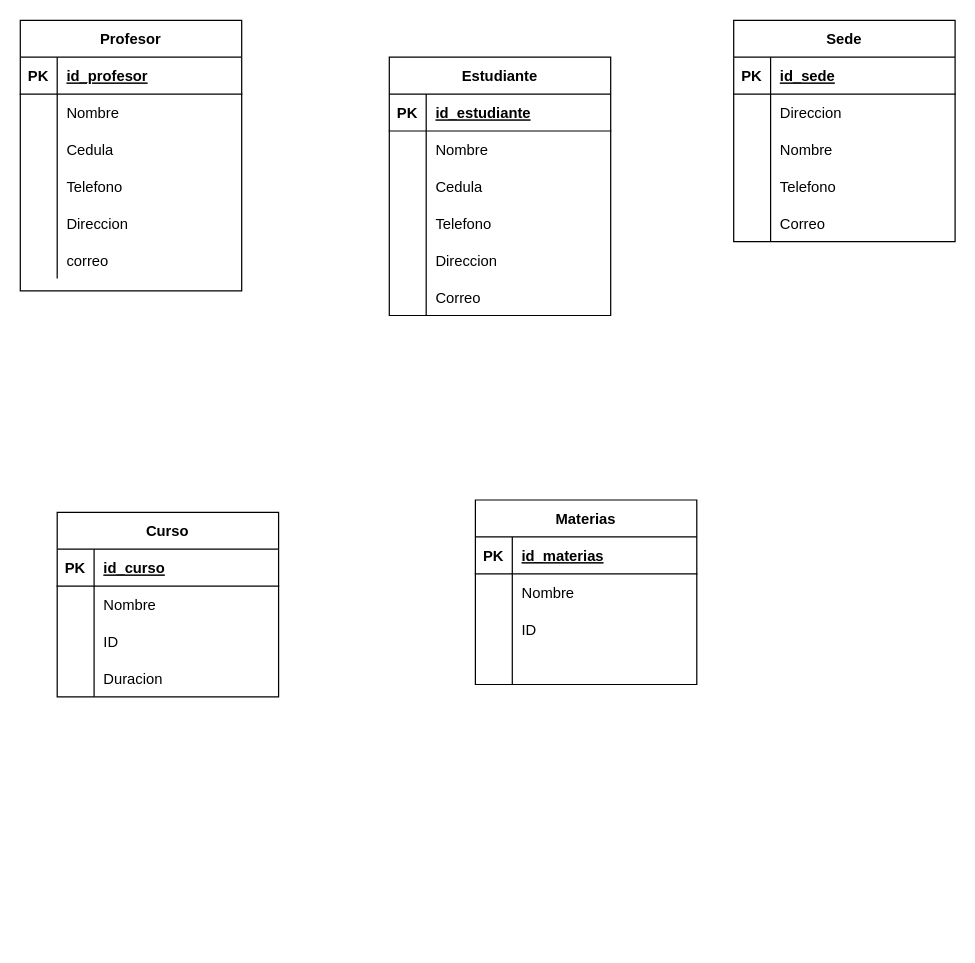
The draw.io diagram page "Modelo relacional" (2 of 2) of Estudiantes.drawio in mstencio/diagrams.net, before the edit. Source tidied: cells renumbered, new cells numbered last; positions are measured from the earlier drawing's top-left corner, leaving out a move shared by most shapes. Both pictures are drawn from the tidied source at 123%, with x=0, y=0 at pixel (20, 20).
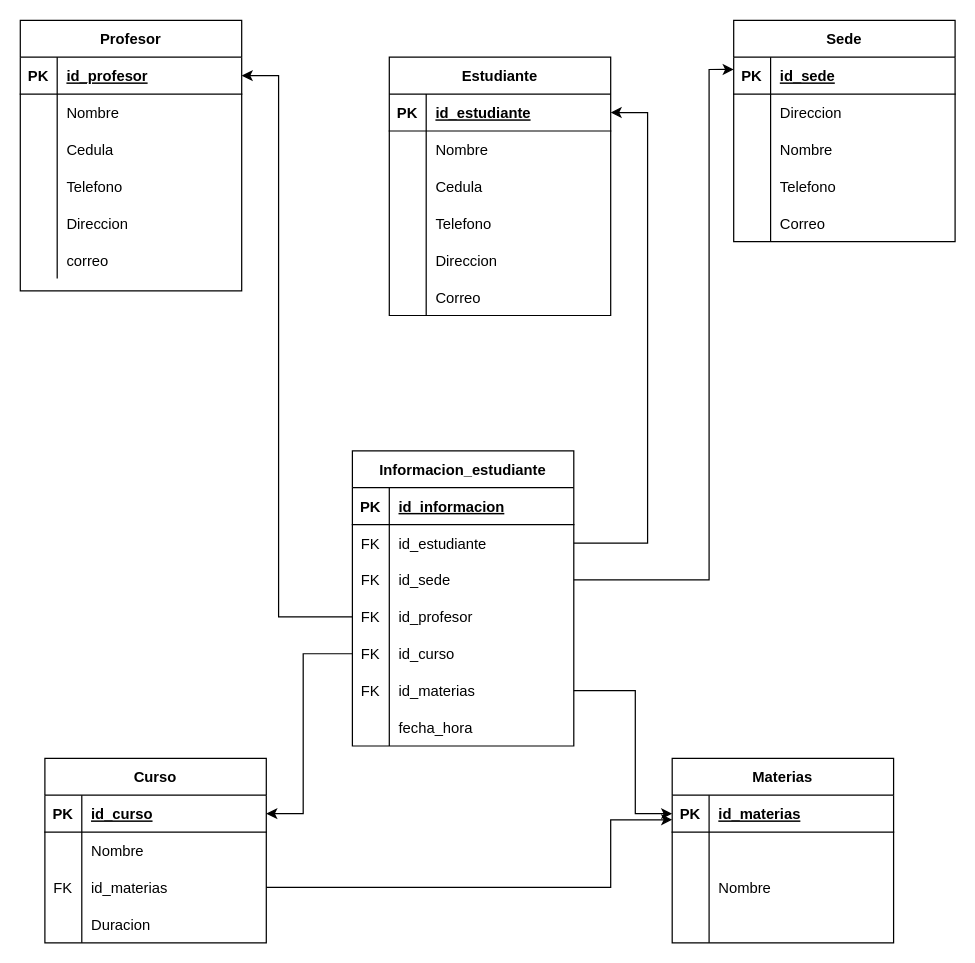
Above is the later version.

Unchanged cells that the change refers to:
```xml
<mxCell id="3" style="shape=tableRow;horizontal=0;startSize=0;swimlaneHead=0;swimlaneBody=0;fillColor=none;points=[[0,0.5],[1,0.5]];portConstraint=eastwest;top=0;left=0;right=0;bottom=1;" parent="2" vertex="1">
  <mxGeometry y="30" width="180" height="30" as="geometry" />
</mxCell>
<mxCell id="22" style="shape=tableRow;horizontal=0;startSize=0;swimlaneHead=0;swimlaneBody=0;fillColor=none;points=[[0,0.5],[1,0.5]];portConstraint=eastwest;top=0;left=0;right=0;bottom=1;" parent="21" vertex="1">
  <mxGeometry y="30" width="180" height="30" as="geometry" />
</mxCell>
<mxCell id="41" style="shape=tableRow;horizontal=0;startSize=0;swimlaneHead=0;swimlaneBody=0;fillColor=none;points=[[0,0.5],[1,0.5]];portConstraint=eastwest;top=0;left=0;right=0;bottom=1;" parent="40" vertex="1">
  <mxGeometry y="30" width="180" height="30" as="geometry" />
</mxCell>
<mxCell id="57" style="shape=tableRow;horizontal=0;startSize=0;swimlaneHead=0;swimlaneBody=0;fillColor=none;points=[[0,0.5],[1,0.5]];portConstraint=eastwest;top=0;left=0;right=0;bottom=1;" parent="56" vertex="1">
  <mxGeometry y="30" width="180" height="30" as="geometry" />
</mxCell>
<mxCell id="63" style="shape=tableRow;horizontal=0;startSize=0;swimlaneHead=0;swimlaneBody=0;fillColor=none;points=[[0,0.5],[1,0.5]];portConstraint=eastwest;top=0;left=0;right=0;bottom=0;" parent="56" vertex="1">
  <mxGeometry y="90" width="180" height="30" as="geometry" />
</mxCell>
<mxCell id="70" style="shape=tableRow;horizontal=0;startSize=0;swimlaneHead=0;swimlaneBody=0;fillColor=none;points=[[0,0.5],[1,0.5]];portConstraint=eastwest;top=0;left=0;right=0;bottom=1;" parent="69" vertex="1">
  <mxGeometry y="30" width="180" height="30" as="geometry" />
</mxCell>
```

Diff of the diagram source:
```diff
@@
     <mxCell id="56" value="Curso" style="shape=table;startSize=30;childLayout=tableLayout;rowLines=0;fontStyle=1;align=center;" parent="1" vertex="1">
-      <mxGeometry x="30" y="400" width="180" height="150" as="geometry" />
+      <mxGeometry x="20" y="600" width="180" height="150" as="geometry" />
     </mxCell>
@@
-    <mxCell id="64" style="shape=partialRectangle;fillColor=none;top=0;left=0;bottom=0;right=0;overflow=hidden;" parent="63" vertex="1">
+    <mxCell id="64" value="FK" style="shape=partialRectangle;fillColor=none;top=0;left=0;bottom=0;right=0;overflow=hidden;" parent="63" vertex="1">
       <mxGeometry width="30" height="30" as="geometry" />
     </mxCell>
-    <mxCell id="65" value="ID" style="shape=partialRectangle;fillColor=none;top=0;left=0;bottom=0;right=0;align=left;spacingLeft=6;overflow=hidden;" parent="63" vertex="1">
+    <mxCell id="65" value="id_materias" style="shape=partialRectangle;fillColor=none;top=0;left=0;bottom=0;right=0;align=left;spacingLeft=6;overflow=hidden;" parent="63" vertex="1">
       <mxGeometry x="30" width="150" height="30" as="geometry" />
     </mxCell>
@@
     <mxCell id="69" value="Materias" style="shape=table;startSize=30;childLayout=tableLayout;rowLines=0;fontStyle=1;align=center;" parent="1" vertex="1">
-      <mxGeometry x="370" y="390" width="180" height="150" as="geometry" />
+      <mxGeometry x="530" y="600" width="180" height="150" as="geometry" />
     </mxCell>
@@
+    <mxCell id="76" style="shape=tableRow;horizontal=0;startSize=0;swimlaneHead=0;swimlaneBody=0;fillColor=none;top=0;left=0;right=0;bottom=0;" parent="69" vertex="1">
+      <mxGeometry y="60" width="180" height="30" as="geometry" />
+    </mxCell>
+    <mxCell id="77" style="shape=partialRectangle;fillColor=none;top=0;left=0;bottom=0;right=0;overflow=hidden;" parent="76" vertex="1">
+      <mxGeometry width="30" height="30" as="geometry" />
+    </mxCell>
+    <mxCell id="78" style="shape=partialRectangle;fillColor=none;top=0;left=0;bottom=0;right=0;align=left;spacingLeft=6;overflow=hidden;" parent="76" vertex="1">
+      <mxGeometry x="30" width="150" height="30" as="geometry" />
+    </mxCell>
     <mxCell id="73" style="shape=tableRow;horizontal=0;startSize=0;swimlaneHead=0;swimlaneBody=0;fillColor=none;top=0;left=0;right=0;bottom=0;" parent="69" vertex="1">
-      <mxGeometry y="60" width="180" height="30" as="geometry" />
+      <mxGeometry y="90" width="180" height="30" as="geometry" />
     </mxCell>
@@
-    <mxCell id="76" style="shape=tableRow;horizontal=0;startSize=0;swimlaneHead=0;swimlaneBody=0;fillColor=none;top=0;left=0;right=0;bottom=0;" parent="69" vertex="1">
-      <mxGeometry y="90" width="180" height="30" as="geometry" />
-    </mxCell>
-    <mxCell id="77" style="shape=partialRectangle;fillColor=none;top=0;left=0;bottom=0;right=0;overflow=hidden;" parent="76" vertex="1">
-      <mxGeometry width="30" height="30" as="geometry" />
-    </mxCell>
-    <mxCell id="78" value="ID" style="shape=partialRectangle;fillColor=none;top=0;left=0;bottom=0;right=0;align=left;spacingLeft=6;overflow=hidden;" parent="76" vertex="1">
-      <mxGeometry x="30" width="150" height="30" as="geometry" />
-    </mxCell>
@@
+    <mxCell id="82" value="Informacion_estudiante" style="shape=table;startSize=30;childLayout=tableLayout;rowLines=0;fontStyle=1;align=center;" parent="1" vertex="1">
+      <mxGeometry x="270" y="350" width="180" height="240" as="geometry" />
+    </mxCell>
+    <mxCell id="83" style="shape=tableRow;horizontal=0;startSize=0;swimlaneHead=0;swimlaneBody=0;fillColor=none;top=0;left=0;right=0;bottom=1;" parent="82" vertex="1">
+      <mxGeometry y="30" width="180" height="30" as="geometry" />
+    </mxCell>
+    <mxCell id="84" value="PK" style="shape=partialRectangle;fillColor=none;top=0;left=0;bottom=0;right=0;fontStyle=1;overflow=hidden;" parent="83" vertex="1">
+      <mxGeometry width="30" height="30" as="geometry" />
+    </mxCell>
+    <mxCell id="85" value="id_informacion" style="shape=partialRectangle;fillColor=none;top=0;left=0;bottom=0;right=0;align=left;spacingLeft=6;fontStyle=5;overflow=hidden;" parent="83" vertex="1">
+      <mxGeometry x="30" width="150" height="30" as="geometry" />
+    </mxCell>
+    <mxCell id="86" style="shape=tableRow;horizontal=0;startSize=0;swimlaneHead=0;swimlaneBody=0;fillColor=none;points=[[0,0.5],[1,0.5]];portConstraint=eastwest;top=0;left=0;right=0;bottom=0;" parent="82" vertex="1">
+      <mxGeometry y="60" width="180" height="30" as="geometry" />
+    </mxCell>
+    <mxCell id="87" value="FK" style="shape=partialRectangle;fillColor=none;top=0;left=0;bottom=0;right=0;overflow=hidden;" parent="86" vertex="1">
+      <mxGeometry width="30" height="30" as="geometry" />
+    </mxCell>
+    <mxCell id="88" value="id_estudiante" style="shape=partialRectangle;fillColor=none;top=0;left=0;bottom=0;right=0;align=left;spacingLeft=6;overflow=hidden;" parent="86" vertex="1">
+      <mxGeometry x="30" width="150" height="30" as="geometry" />
+    </mxCell>
+    <mxCell id="89" style="shape=tableRow;horizontal=0;startSize=0;swimlaneHead=0;swimlaneBody=0;fillColor=none;points=[[0,0.5],[1,0.5]];portConstraint=eastwest;top=0;left=0;right=0;bottom=0;" parent="82" vertex="1">
+      <mxGeometry y="90" width="180" height="30" as="geometry" />
+    </mxCell>
+    <mxCell id="90" value="FK" style="shape=partialRectangle;fillColor=none;top=0;left=0;bottom=0;right=0;overflow=hidden;" parent="89" vertex="1">
+      <mxGeometry width="30" height="30" as="geometry" />
+    </mxCell>
+    <mxCell id="91" value="id_sede" style="shape=partialRectangle;fillColor=none;top=0;left=0;bottom=0;right=0;align=left;spacingLeft=6;overflow=hidden;" parent="89" vertex="1">
+      <mxGeometry x="30" width="150" height="30" as="geometry" />
+    </mxCell>
+    <mxCell id="92" style="shape=tableRow;horizontal=0;startSize=0;swimlaneHead=0;swimlaneBody=0;fillColor=none;points=[[0,0.5],[1,0.5]];portConstraint=eastwest;top=0;left=0;right=0;bottom=0;" parent="82" vertex="1">
+      <mxGeometry y="120" width="180" height="30" as="geometry" />
+    </mxCell>
+    <mxCell id="93" value="FK" style="shape=partialRectangle;fillColor=none;top=0;left=0;bottom=0;right=0;overflow=hidden;" parent="92" vertex="1">
+      <mxGeometry width="30" height="30" as="geometry" />
+    </mxCell>
+    <mxCell id="94" value="id_profesor" style="shape=partialRectangle;fillColor=none;top=0;left=0;bottom=0;right=0;align=left;spacingLeft=6;overflow=hidden;" parent="92" vertex="1">
+      <mxGeometry x="30" width="150" height="30" as="geometry" />
+    </mxCell>
+    <mxCell id="95" style="shape=tableRow;horizontal=0;startSize=0;swimlaneHead=0;swimlaneBody=0;fillColor=none;points=[[0,0.5],[1,0.5]];portConstraint=eastwest;top=0;left=0;right=0;bottom=0;" parent="82" vertex="1">
+      <mxGeometry y="150" width="180" height="30" as="geometry" />
+    </mxCell>
+    <mxCell id="96" value="FK" style="shape=partialRectangle;fillColor=none;top=0;left=0;bottom=0;right=0;overflow=hidden;" parent="95" vertex="1">
+      <mxGeometry width="30" height="30" as="geometry" />
+    </mxCell>
+    <mxCell id="97" value="id_curso" style="shape=partialRectangle;fillColor=none;top=0;left=0;bottom=0;right=0;align=left;spacingLeft=6;overflow=hidden;" parent="95" vertex="1">
+      <mxGeometry x="30" width="150" height="30" as="geometry" />
+    </mxCell>
+    <mxCell id="98" style="shape=tableRow;horizontal=0;startSize=0;swimlaneHead=0;swimlaneBody=0;fillColor=none;points=[[0,0.5],[1,0.5]];portConstraint=eastwest;top=0;left=0;right=0;bottom=0;" parent="82" vertex="1">
+      <mxGeometry y="180" width="180" height="30" as="geometry" />
+    </mxCell>
+    <mxCell id="99" value="FK" style="shape=partialRectangle;fillColor=none;top=0;left=0;bottom=0;right=0;overflow=hidden;" parent="98" vertex="1">
+      <mxGeometry width="30" height="30" as="geometry" />
+    </mxCell>
+    <mxCell id="100" value="id_materias" style="shape=partialRectangle;fillColor=none;top=0;left=0;bottom=0;right=0;align=left;spacingLeft=6;overflow=hidden;" parent="98" vertex="1">
+      <mxGeometry x="30" width="150" height="30" as="geometry" />
+    </mxCell>
+    <mxCell id="101" style="shape=tableRow;horizontal=0;startSize=0;swimlaneHead=0;swimlaneBody=0;fillColor=none;top=0;left=0;right=0;bottom=0;" parent="82" vertex="1">
+      <mxGeometry y="210" width="180" height="30" as="geometry" />
+    </mxCell>
+    <mxCell id="102" style="shape=partialRectangle;fillColor=none;top=0;left=0;bottom=0;right=0;overflow=hidden;" parent="101" vertex="1">
+      <mxGeometry width="30" height="30" as="geometry" />
+    </mxCell>
+    <mxCell id="103" value="fecha_hora" style="shape=partialRectangle;fillColor=none;top=0;left=0;bottom=0;right=0;align=left;spacingLeft=6;overflow=hidden;" parent="101" vertex="1">
+      <mxGeometry x="30" width="150" height="30" as="geometry" />
+    </mxCell>
+    <mxCell id="104" style="endArrow=classic;html=1;rounded=0;exitX=1;exitY=0.5;exitDx=0;exitDy=0;entryX=1;entryY=0.5;entryDx=0;entryDy=0;" parent="1" edge="1" source="86" target="22">
+      <mxGeometry relative="1" as="geometry">
+        <Array as="points">
+          <mxPoint x="510" y="425" />
+          <mxPoint x="510" y="75" />
+        </Array>
+      </mxGeometry>
+    </mxCell>
+    <mxCell id="105" style="endArrow=classic;html=1;rounded=0;entryX=0;entryY=0.333;entryDx=0;entryDy=0;entryPerimeter=0;exitX=1;exitY=0.5;exitDx=0;exitDy=0;" parent="1" edge="1" source="89" target="41">
+      <mxGeometry relative="1" as="geometry">
+        <Array as="points">
+          <mxPoint x="560" y="455" />
+          <mxPoint x="560" y="40" />
+        </Array>
+      </mxGeometry>
+    </mxCell>
+    <mxCell id="106" style="endArrow=classic;html=1;rounded=0;entryX=1;entryY=0.5;entryDx=0;entryDy=0;exitX=0;exitY=0.5;exitDx=0;exitDy=0;" parent="1" edge="1" source="92" target="3">
+      <mxGeometry relative="1" as="geometry">
+        <Array as="points">
+          <mxPoint x="210" y="485" />
+          <mxPoint x="210" y="45" />
+        </Array>
+      </mxGeometry>
+    </mxCell>
+    <mxCell id="107" style="endArrow=classic;html=1;rounded=0;entryX=1;entryY=0.5;entryDx=0;entryDy=0;exitX=0;exitY=0.5;exitDx=0;exitDy=0;" parent="1" edge="1" source="95" target="57">
+      <mxGeometry relative="1" as="geometry">
+        <Array as="points">
+          <mxPoint x="230" y="515" />
+          <mxPoint x="230" y="645" />
+        </Array>
+      </mxGeometry>
+    </mxCell>
+    <mxCell id="108" style="endArrow=classic;html=1;rounded=0;entryX=0;entryY=0.5;entryDx=0;entryDy=0;exitX=1;exitY=0.5;exitDx=0;exitDy=0;" parent="1" edge="1" source="98" target="70">
+      <mxGeometry relative="1" as="geometry">
+        <Array as="points">
+          <mxPoint x="500" y="545" />
+          <mxPoint x="500" y="645" />
+        </Array>
+      </mxGeometry>
+    </mxCell>
+    <mxCell id="109" style="endArrow=classic;html=1;rounded=0;exitX=1;exitY=0.5;exitDx=0;exitDy=0;" parent="1" edge="1" source="63">
+      <mxGeometry relative="1" as="geometry">
+        <mxPoint x="530" y="650" as="targetPoint" />
+        <Array as="points">
+          <mxPoint x="480" y="705" />
+          <mxPoint x="480" y="650" />
+        </Array>
+      </mxGeometry>
+    </mxCell>
```
